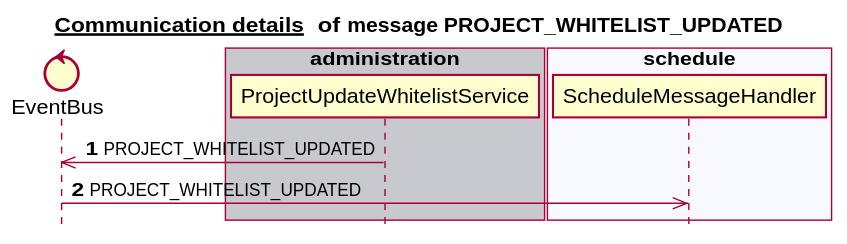
This is docs/latest/images/gen_domain_messaging_project_whitelist_updated.svg from mercedes-benz/sechub, a PlantUML export, as it was before one commit.
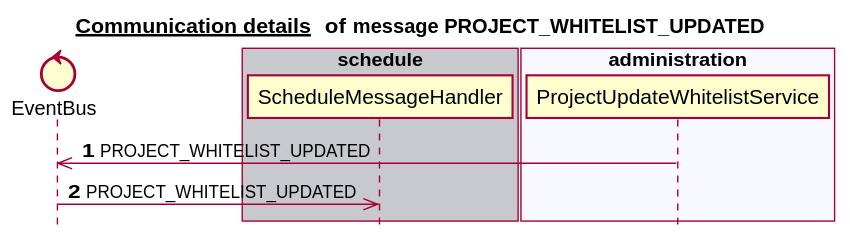
After the change.

What changed in the source:
```diff
@@ -6,17 +6,17 @@
 
 
 control EventBus
-box "authorization" #C8C8CF
+box "schedule" #C8C8CF
+   participant ScheduleMessageHandler
 end box
 box "scan" #F8F8FF
 end box
-box "administration" #C8C8CF
+box "notification" #C8C8CF
+end box
+box "administration" #F8F8FF
    participant ProjectUpdateWhitelistService
 end box
-box "schedule" #F8F8FF
-   participant ScheduleMessageHandler
-end box
-box "notification" #C8C8CF
+box "authorization" #C8C8CF
 end box
 autonumber 1
 ProjectUpdateWhitelistService ->> EventBus:PROJECT_WHITELIST_UPDATED
```
